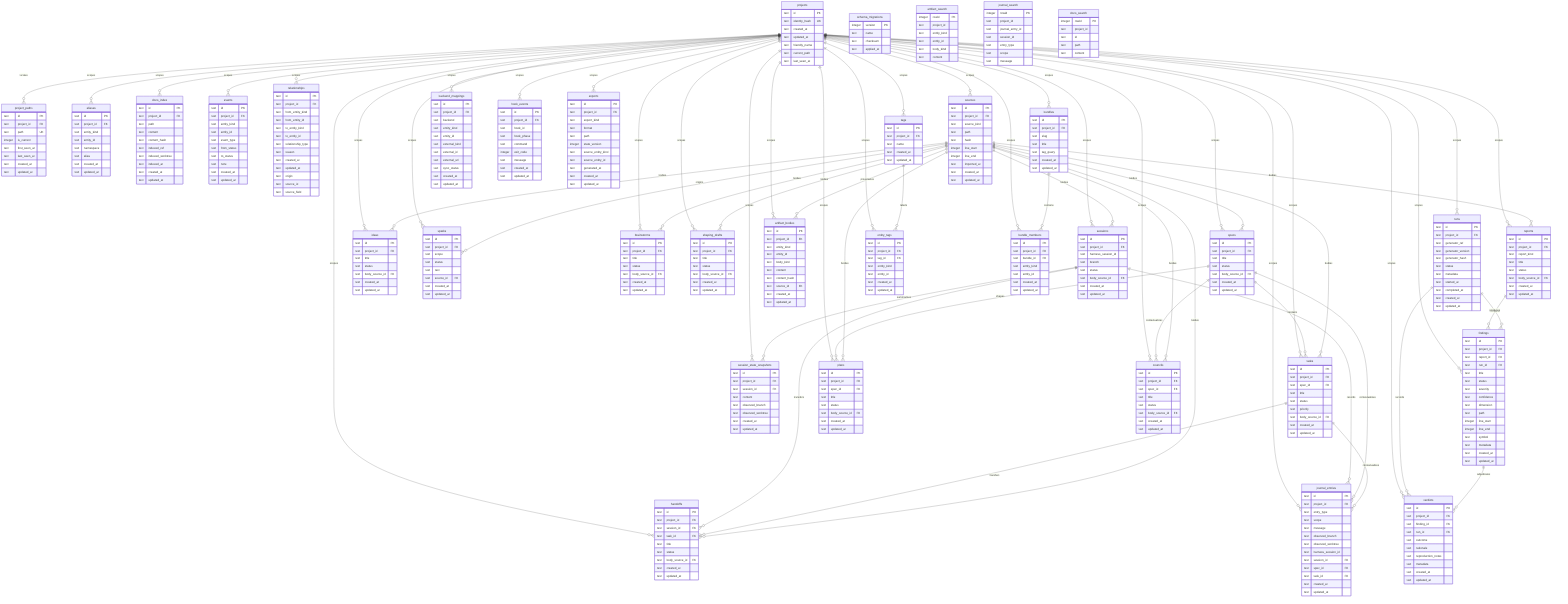
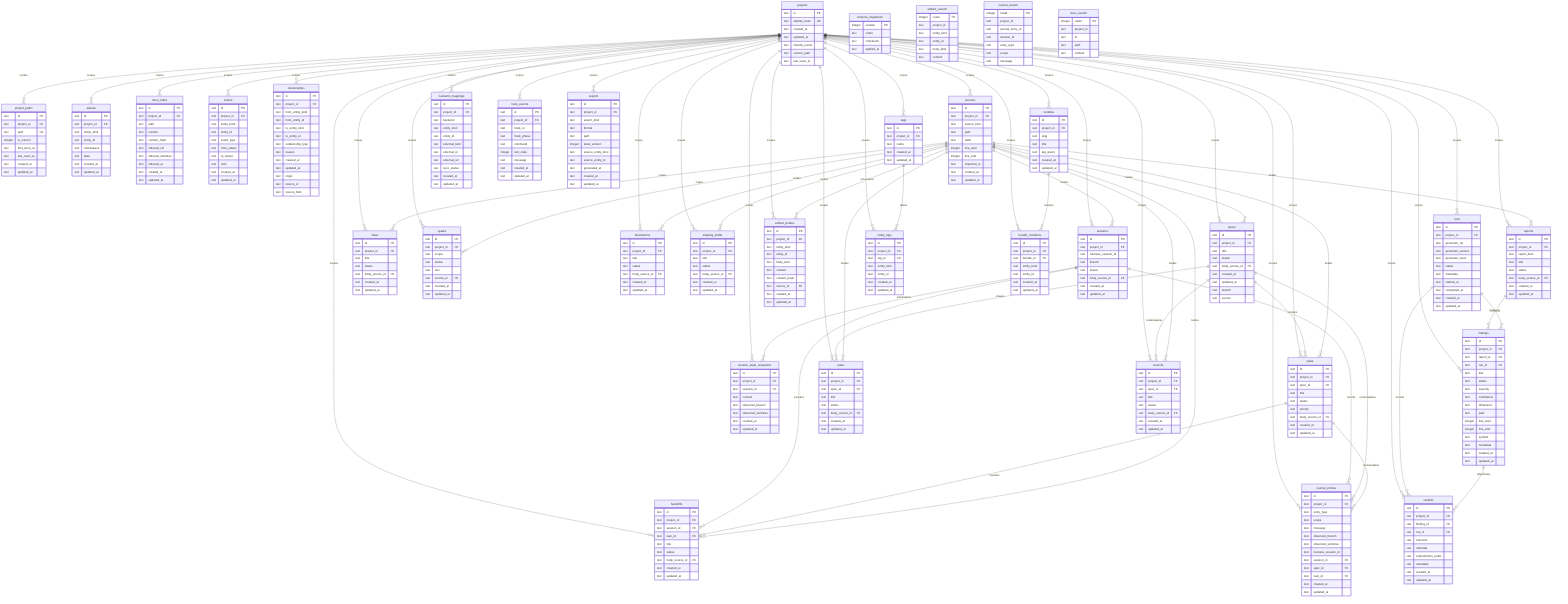
erDiagram
  projects {
    text id PK
    text identity_hash UK
    text created_at
    text updated_at
    text friendly_name
    text current_path
    text last_seen_at
  }
  project_paths {
    text id PK
    text project_id FK
    text path UK
    integer is_current
    text first_seen_at
    text last_seen_at
    text created_at
    text updated_at
  }
  schema_migrations {
    integer version PK
    text name
    text checksum
    text applied_at
  }
  aliases {
    text id PK
    text project_id FK
    text entity_kind
    text entity_id
    text namespace
    text alias
    text created_at
    text updated_at
  }
  specs {
    text id PK
    text project_id FK
    text title
    text status
    text body_source_id FK
    text created_at
    text updated_at
+     text branch
+     text source
  }
  tasks {
    text id PK
    text project_id FK
    text spec_id FK
    text title
    text status
    text priority
    text body_source_id FK
    text created_at
    text updated_at
  }
  ideas {
    text id PK
    text project_id FK
    text title
    text status
    text body_source_id FK
    text created_at
    text updated_at
  }
  sparks {
    text id PK
    text project_id FK
    text scope
    text status
    text text
    text source_id FK
    text created_at
    text updated_at
  }
  brainstorms {
    text id PK
    text project_id FK
    text title
    text status
    text body_source_id FK
    text created_at
    text updated_at
  }
  shaping_drafts {
    text id PK
    text project_id FK
    text title
    text status
    text body_source_id FK
    text created_at
    text updated_at
  }
  sessions {
    text id PK
    text project_id FK
    text harness_session_id
    text branch
    text status
    text body_source_id FK
    text created_at
    text updated_at
  }
  session_state_snapshots {
    text id PK
    text project_id FK
    text session_id FK
    text content
    text observed_branch
    text observed_worktree
    text created_at
    text updated_at
  }
  artifact_bodies {
    text id PK
    text project_id FK
    text entity_kind
    text entity_id
    text body_kind
    text content
    text content_hash
    text source_id FK
    text created_at
    text updated_at
  }
  artifact_search {
    integer rowid PK
    text project_id
    text entity_kind
    text entity_id
    text body_kind
    text content
  }
  journal_search {
    integer rowid PK
    text project_id
    text journal_entry_id
    text session_id
    text entry_type
    text scope
    text message
  }
  docs_index {
    text id PK
    text project_id FK
    text path
    text content
    text content_hash
    text indexed_ref
    text indexed_worktree
    text indexed_at
    text created_at
    text updated_at
  }
  docs_search {
    integer rowid PK
    text project_id
    text id
    text path
    text content
  }
  reports {
    text id PK
    text project_id FK
    text report_kind
    text title
    text status
    text body_source_id FK
    text created_at
    text updated_at
  }
  runs {
    text id PK
    text project_id FK
    text generator_ref
    text generator_version
    text generator_hash
    text status
    text metadata
    text started_at
    text completed_at
    text created_at
    text updated_at
  }
  findings {
    text id PK
    text project_id FK
    text report_id FK
    text run_id FK
    text title
    text status
    text severity
    text confidence
    text dimension
    text path
    integer line_start
    integer line_end
    text symbol
    text metadata
    text created_at
    text updated_at
  }
  verdicts {
    text id PK
    text project_id FK
    text finding_id FK
    text run_id FK
    text outcome
    text rationale
    text reproduction_notes
    text metadata
    text created_at
    text updated_at
  }
  plans {
    text id PK
    text project_id FK
    text spec_id FK
    text title
    text status
    text body_source_id FK
    text created_at
    text updated_at
  }
  handoffs {
    text id PK
    text project_id FK
    text session_id FK
    text task_id FK
    text title
    text status
    text body_source_id FK
    text created_at
    text updated_at
  }
  councils {
    text id PK
    text project_id FK
    text spec_id FK
    text title
    text status
    text body_source_id FK
    text created_at
    text updated_at
  }
  journal_entries {
    text id PK
    text project_id FK
    text entry_type
    text scope
    text message
    text observed_branch
    text observed_worktree
    text harness_session_id
    text session_id FK
    text spec_id FK
    text task_id FK
    text created_at
    text updated_at
  }
  events {
    text id PK
    text project_id FK
    text entity_kind
    text entity_id
    text event_type
    text from_status
    text to_status
    text note
    text created_at
    text updated_at
  }
  relationships {
    text id PK
    text project_id FK
    text from_entity_kind
    text from_entity_id
    text to_entity_kind
    text to_entity_id
    text relationship_type
    text reason
    text created_at
    text updated_at
    text origin
    text source_id
    text source_field
  }
  tags {
    text id PK
    text project_id FK
    text name
    text created_at
    text updated_at
  }
  entity_tags {
    text id PK
    text project_id FK
    text tag_id FK
    text entity_kind
    text entity_id
    text created_at
    text updated_at
  }
  bundles {
    text id PK
    text project_id FK
    text slug
    text title
    text tag_query
    text created_at
    text updated_at
  }
  bundle_members {
    text id PK
    text project_id FK
    text bundle_id FK
    text entity_kind
    text entity_id
    text created_at
    text updated_at
  }
  sources {
    text id PK
    text project_id FK
    text source_kind
    text path
    text hash
    integer line_start
    integer line_end
    text imported_at
    text created_at
    text updated_at
  }
  backend_mappings {
    text id PK
    text project_id FK
    text backend
    text entity_kind
    text entity_id
    text external_kind
    text external_id
    text external_url
    text sync_status
    text created_at
    text updated_at
  }
  hook_events {
    text id PK
    text project_id FK
    text hook_id
    text hook_phase
    text command
    integer exit_code
    text message
    text created_at
    text updated_at
  }
  exports {
    text id PK
    text project_id FK
    text export_kind
    text format
    text path
    integer state_version
    text source_entity_kind
    text source_entity_id
    text generated_at
    text created_at
    text updated_at
  }

  projects ||--o{ aliases : scopes
  projects ||--o{ artifact_bodies : scopes
  projects ||--o{ docs_index : scopes
  projects ||--o{ specs : scopes
  projects ||--o{ tasks : scopes
  projects ||--o{ ideas : scopes
  projects ||--o{ sparks : scopes
  projects ||--o{ brainstorms : scopes
  projects ||--o{ shaping_drafts : scopes
  projects ||--o{ sessions : scopes
  projects ||--o{ session_state_snapshots : scopes
  projects ||--o{ reports : scopes
  projects ||--o{ runs : scopes
  projects ||--o{ findings : scopes
  projects ||--o{ verdicts : scopes
  projects ||--o{ plans : scopes
  projects ||--o{ handoffs : scopes
  projects ||--o{ councils : scopes
  projects ||--o{ journal_entries : scopes
  projects ||--o{ project_paths : locates
  projects ||--o{ events : scopes
  projects ||--o{ relationships : scopes
  projects ||--o{ tags : scopes
  projects ||--o{ entity_tags : scopes
  projects ||--o{ bundles : scopes
  projects ||--o{ bundle_members : scopes
  projects ||--o{ sources : scopes
  projects ||--o{ backend_mappings : scopes
  projects ||--o{ hook_events : scopes
  projects ||--o{ exports : scopes
  specs ||--o{ tasks : contains
  specs ||--o{ plans : shapes
  specs ||--o{ councils : contextualizes
  sessions ||--o{ journal_entries : records
  sessions ||--o{ handoffs : transfers
  sessions ||--o{ session_state_snapshots : summarizes
  tasks ||--o{ handoffs : transfers
  specs ||--o{ journal_entries : contextualizes
  tasks ||--o{ journal_entries : contextualizes
  reports ||--o{ findings : contains
  runs ||--o{ findings : produces
  runs ||--o{ verdicts : records
  findings ||--o{ verdicts : adjudicates
  tags ||--o{ entity_tags : labels
  bundles ||--o{ bundle_members : contains
  sources ||--o{ artifact_bodies : provenance
  sources ||--o{ specs : bodies
  sources ||--o{ tasks : bodies
  sources ||--o{ ideas : bodies
  sources ||--o{ sparks : origins
  sources ||--o{ brainstorms : bodies
  sources ||--o{ shaping_drafts : bodies
  sources ||--o{ sessions : bodies
  sources ||--o{ reports : bodies
  sources ||--o{ plans : bodies
  sources ||--o{ handoffs : bodies
  sources ||--o{ councils : bodies
